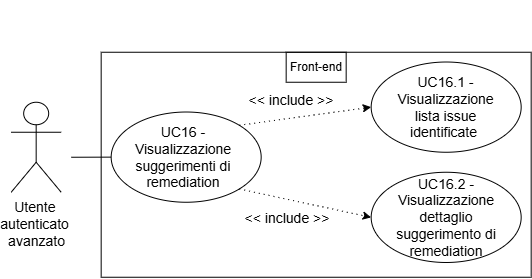
Earlier version of the draw.io export assets/diagrams/UC16.png (SkarabGroup/DocumentazioneProgetto). Source tidied: cells renumbered, new cells last; positions are measured from the earlier drawing's top-left corner, leaving out a move shared by most shapes.
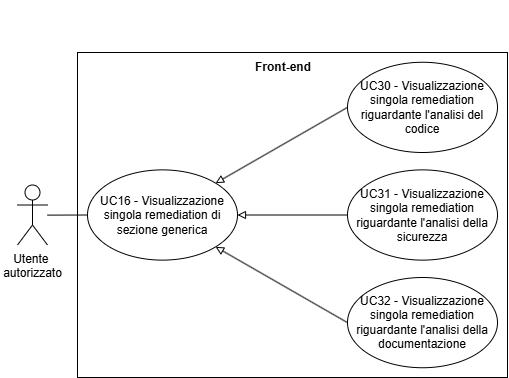
After the commit.

What changed in the source:
```diff
@@ -4,59 +4,50 @@
     <mxCell id="1" parent="0" />
     <mxCell id="2" style="endArrow=classic;html=1;rounded=0;" parent="1" edge="1">
       <mxGeometry relative="1" as="geometry">
-        <mxPoint x="39.7" y="-0.2" as="sourcePoint" />
-        <mxPoint x="39.7" y="-0.2" as="targetPoint" />
+        <mxPoint x="-37" y="-151" as="sourcePoint" />
+        <mxPoint x="-37" y="-151" as="targetPoint" />
       </mxGeometry>
     </mxCell>
-    <mxCell id="3" value="&lt;font style=&quot;font-size: 14px;&quot;&gt;Utente&lt;/font&gt;&lt;font style=&quot;font-size: 12px;&quot;&gt;&amp;nbsp;&lt;/font&gt;&lt;div&gt;&lt;font style=&quot;&quot;&gt;&lt;font style=&quot;font-size: 14px;&quot;&gt;autenticato&lt;/font&gt;&lt;span style=&quot;font-size: 14px;&quot;&gt;&amp;nbsp;&lt;/span&gt;&lt;/font&gt;&lt;/div&gt;&lt;div&gt;&lt;font style=&quot;font-size: 14px;&quot;&gt;avanzato&lt;/font&gt;&lt;/div&gt;" style="shape=umlActor;verticalLabelPosition=bottom;verticalAlign=top;html=1;" parent="1" vertex="1">
-      <mxGeometry x="-0.3" y="94.8" width="50" height="90" as="geometry" />
-    </mxCell>
     <mxCell id="4" style="rounded=0;whiteSpace=wrap;html=1;" parent="1" vertex="1">
-      <mxGeometry x="89.7" y="44.8" width="430" height="225" as="geometry" />
+      <mxGeometry x="13" y="-106" width="430" height="325" as="geometry" />
     </mxCell>
     <mxCell id="5" style="endArrow=none;html=1;rounded=0;" parent="1" edge="1" target="6">
       <mxGeometry relative="1" as="geometry">
-        <mxPoint x="59.7" y="149.8" as="sourcePoint" />
+        <mxPoint x="-17" y="56.6" as="sourcePoint" />
       </mxGeometry>
     </mxCell>
-    <mxCell id="6" style="ellipse;whiteSpace=wrap;html=1;" parent="1" vertex="1">
-      <mxGeometry x="99.7" y="104.5" width="150" height="90.2" as="geometry" />
+    <mxCell id="6" value="UC16 - Visualizzazione singola remediation di sezione generica" style="ellipse;whiteSpace=wrap;html=1;" parent="1" vertex="1">
+      <mxGeometry x="23" y="11.4" width="150" height="90.2" as="geometry" />
     </mxCell>
-    <mxCell id="7" value="&lt;font style=&quot;font-size: 14px;&quot;&gt;UC16 - Visualizzazione suggerimenti di remediation&lt;/font&gt;" style="text;html=1;whiteSpace=wrap;strokeColor=none;fillColor=none;align=center;verticalAlign=middle;rounded=0;" parent="1" vertex="1">
-      <mxGeometry x="101.5" y="135.2" width="140" height="28.8" as="geometry" />
-    </mxCell>
     <mxCell id="8" style="endArrow=classic;html=1;rounded=0;" parent="1" edge="1">
       <mxGeometry relative="1" as="geometry">
-        <mxPoint x="19.7" y="44.8" as="sourcePoint" />
-        <mxPoint x="19.7" y="44.8" as="targetPoint" />
+        <mxPoint x="-57" y="-106" as="sourcePoint" />
+        <mxPoint x="-57" y="-106" as="targetPoint" />
       </mxGeometry>
     </mxCell>
-    <mxCell id="9" style="ellipse;whiteSpace=wrap;html=1;" parent="1" vertex="1">
-      <mxGeometry x="359.7" y="54.5" width="150" height="90.2" as="geometry" />
+    <mxCell id="9" value="UC30 - Visualizzazione singola remediation riguardante l'analisi del codice" style="ellipse;whiteSpace=wrap;html=1;" parent="1" vertex="1">
+      <mxGeometry x="283" y="-96.2" width="150" height="90.2" as="geometry" />
     </mxCell>
-    <mxCell id="10" value="&lt;font style=&quot;font-size: 14px;&quot;&gt;UC16.1 - Visualizzazione lista issue identificate&amp;nbsp;&lt;/font&gt;" style="text;html=1;whiteSpace=wrap;strokeColor=none;fillColor=none;align=center;verticalAlign=middle;rounded=0;" parent="1" vertex="1">
-      <mxGeometry x="375.9" y="83" width="117.5" height="33.2" as="geometry" />
-    </mxCell>
-    <mxCell id="11" style="ellipse;whiteSpace=wrap;html=1;" parent="1" vertex="1">
-      <mxGeometry x="359.7" y="164.8" width="150" height="90.2" as="geometry" />
+    <mxCell id="11" value="UC31 - Visualizzazione singola remediation riguardante l'analisi della sicurezza" style="ellipse;whiteSpace=wrap;html=1;" parent="1" vertex="1">
+      <mxGeometry x="283" y="11.4" width="150" height="90.2" as="geometry" />
     </mxCell>
-    <mxCell id="12" value="&lt;font style=&quot;font-size: 14px;&quot;&gt;UC16.2 - Visualizzazione dettaglio suggerimento di remediation&lt;/font&gt;" style="text;html=1;whiteSpace=wrap;strokeColor=none;fillColor=none;align=center;verticalAlign=middle;rounded=0;" parent="1" vertex="1">
-      <mxGeometry x="367.8" y="193.3" width="133.8" height="33.2" as="geometry" />
-    </mxCell>
-    <mxCell id="13" style="endArrow=classic;html=1;rounded=0;exitX=1;exitY=0;exitDx=0;exitDy=0;entryX=0;entryY=0.5;entryDx=0;entryDy=0;dashed=1;dashPattern=1 4;" parent="1" edge="1" source="6" target="9">
-      <mxGeometry relative="1" as="geometry" />
-    </mxCell>
-    <mxCell id="14" style="endArrow=classic;html=1;rounded=0;exitX=1;exitY=1;exitDx=0;exitDy=0;entryX=0;entryY=0.5;entryDx=0;entryDy=0;dashed=1;dashPattern=1 4;" parent="1" edge="1" source="6" target="11">
-      <mxGeometry relative="1" as="geometry" />
-    </mxCell>
-    <mxCell id="15" value="&lt;span style=&quot;font-size: 14px;&quot;&gt;&amp;lt;&amp;lt; include &amp;gt;&amp;gt;&lt;/span&gt;" style="text;html=1;whiteSpace=wrap;strokeColor=none;fillColor=none;align=center;verticalAlign=middle;rounded=0;" parent="1" vertex="1">
-      <mxGeometry x="229.7" y="77.5" width="100" height="30" as="geometry" />
-    </mxCell>
-    <mxCell id="16" value="&lt;span style=&quot;font-size: 14px;&quot;&gt;&amp;lt;&amp;lt; include &amp;gt;&amp;gt;&lt;/span&gt;" style="text;html=1;whiteSpace=wrap;strokeColor=none;fillColor=none;align=center;verticalAlign=middle;rounded=0;" parent="1" vertex="1">
-      <mxGeometry x="225.7" y="196.5" width="100" height="30" as="geometry" />
-    </mxCell>
-    <mxCell id="17" value="Front-end" style="text;html=1;whiteSpace=wrap;strokeColor=default;fillColor=none;align=center;verticalAlign=middle;rounded=0;perimeterSpacing=1;" parent="1" vertex="1">
-      <mxGeometry x="274.7" y="44.8" width="60" height="30" as="geometry" />
+    <mxCell id="17" value="Front-end" style="text;html=1;whiteSpace=wrap;strokeColor=none;fillColor=none;align=center;verticalAlign=middle;rounded=0;fontStyle=1;" parent="1" vertex="1">
+      <mxGeometry x="189" y="-106" width="60" height="30" as="geometry" />
     </mxCell>
+    <mxCell id="18" value="UC32 - Visualizzazione singola remediation riguardante l'analisi della documentazione" style="ellipse;whiteSpace=wrap;html=1;" parent="1" vertex="1">
+      <mxGeometry x="283" y="119" width="150" height="90.2" as="geometry" />
+    </mxCell>
+    <mxCell id="19" value="&lt;div&gt;Utente&amp;nbsp;&lt;/div&gt;&lt;div&gt;autorizzato&lt;/div&gt;" style="shape=umlActor;verticalLabelPosition=bottom;verticalAlign=top;html=1;" parent="1" vertex="1">
+      <mxGeometry x="-47" y="26.5" width="30" height="60" as="geometry" />
+    </mxCell>
+    <mxCell id="20" style="endArrow=block;html=1;rounded=0;entryX=1;entryY=0;entryDx=0;entryDy=0;exitX=0;exitY=0.5;exitDx=0;exitDy=0;endFill=0;strokeWidth=1;" parent="1" edge="1" source="9" target="6">
+      <mxGeometry relative="1" as="geometry" />
+    </mxCell>
+    <mxCell id="21" style="endArrow=block;html=1;rounded=0;entryX=1;entryY=0.5;entryDx=0;entryDy=0;exitX=0;exitY=0.5;exitDx=0;exitDy=0;endFill=0;strokeWidth=1;" parent="1" edge="1" source="11" target="6">
+      <mxGeometry relative="1" as="geometry" />
+    </mxCell>
+    <mxCell id="22" style="endArrow=block;html=1;rounded=0;entryX=1;entryY=1;entryDx=0;entryDy=0;exitX=0;exitY=0.5;exitDx=0;exitDy=0;endFill=0;strokeWidth=1;" parent="1" edge="1" source="18" target="6">
+      <mxGeometry relative="1" as="geometry" />
+    </mxCell>
   </root>
 </mxGraphModel>
```
